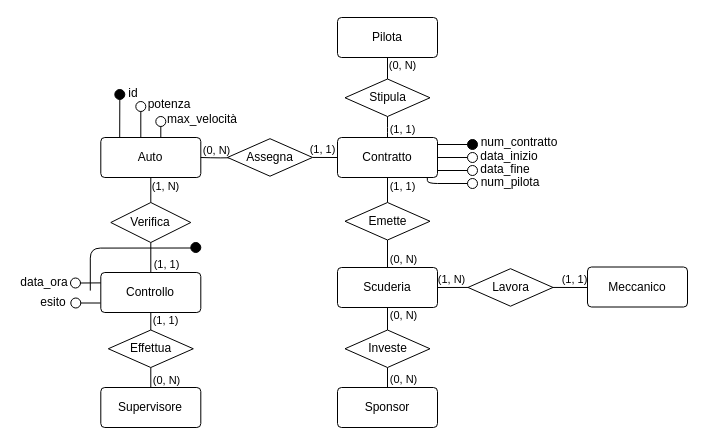
Earlier version of the draw.io diagram er/gare_scuderie.drawio (NotXia/car-racing). Source tidied: cells renumbered, new cells numbered last; positions are measured from the earlier drawing's top-left corner, leaving out a move shared by most shapes. Both pictures are drawn from the tidied source at 100%, with x=0, y=0 at pixel (17, 17).
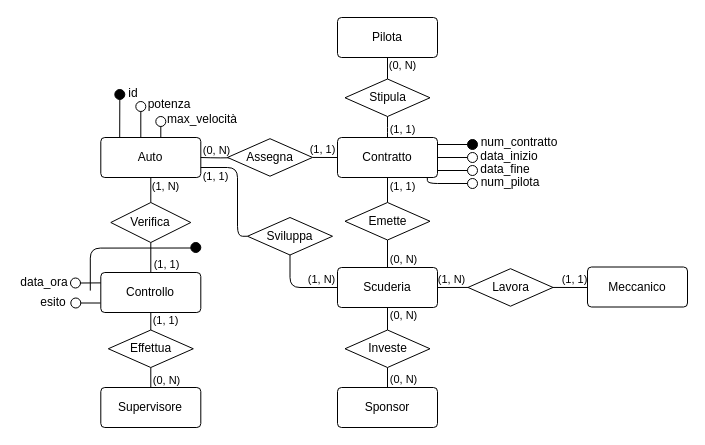
After the change.

The change refers to these unchanged cells:
```xml
<mxCell id="2" value="Scuderia" style="rounded=1;arcSize=10;whiteSpace=wrap;html=1;align=center;" parent="1" vertex="1">
  <mxGeometry x="320" y="250" width="100" height="40" as="geometry" />
</mxCell>
<mxCell id="3" value="Auto" style="rounded=1;arcSize=10;whiteSpace=wrap;html=1;align=center;" parent="1" vertex="1">
  <mxGeometry x="83.3" y="120" width="100" height="40" as="geometry" />
</mxCell>
```

Diff of the diagram source:
```diff
@@
+    <mxCell id="74" style="edgeStyle=orthogonalEdgeStyle;rounded=1;jettySize=auto;html=1;exitX=0.5;exitY=1;exitDx=0;exitDy=0;entryX=0;entryY=0.5;entryDx=0;entryDy=0;endArrow=none;endFill=0;" parent="1" edge="1" source="78" target="2">
+      <mxGeometry relative="1" as="geometry">
+        <Array as="points">
+          <mxPoint x="273" y="270" />
+        </Array>
+      </mxGeometry>
+    </mxCell>
+    <mxCell id="75" value="(1, N)" style="edgeLabel;html=1;align=center;verticalAlign=middle;" parent="74" vertex="1">
+      <mxGeometry x="0.49" y="1" relative="1" as="geometry">
+        <mxPoint x="3" y="-8" as="offset" />
+      </mxGeometry>
+    </mxCell>
+    <mxCell id="76" style="edgeStyle=orthogonalEdgeStyle;rounded=1;jettySize=auto;html=1;exitX=0;exitY=0.5;exitDx=0;exitDy=0;entryX=1;entryY=0.75;entryDx=0;entryDy=0;endArrow=none;endFill=0;" parent="1" edge="1" source="78" target="3">
+      <mxGeometry relative="1" as="geometry">
+        <Array as="points">
+          <mxPoint x="220" y="219" />
+          <mxPoint x="220" y="150" />
+        </Array>
+      </mxGeometry>
+    </mxCell>
+    <mxCell id="77" value="(1, 1)" style="edgeLabel;html=1;align=center;verticalAlign=middle;" parent="76" vertex="1">
+      <mxGeometry x="0.4" y="1" relative="1" as="geometry">
+        <mxPoint x="-20" y="7" as="offset" />
+      </mxGeometry>
+    </mxCell>
+    <mxCell id="78" value="Sviluppa" style="shape=rhombus;perimeter=rhombusPerimeter;whiteSpace=wrap;html=1;align=center;fillColor=#FFFFFF;" parent="1" vertex="1">
+      <mxGeometry x="230" y="200" width="85" height="37.5" as="geometry" />
+    </mxCell>
```
